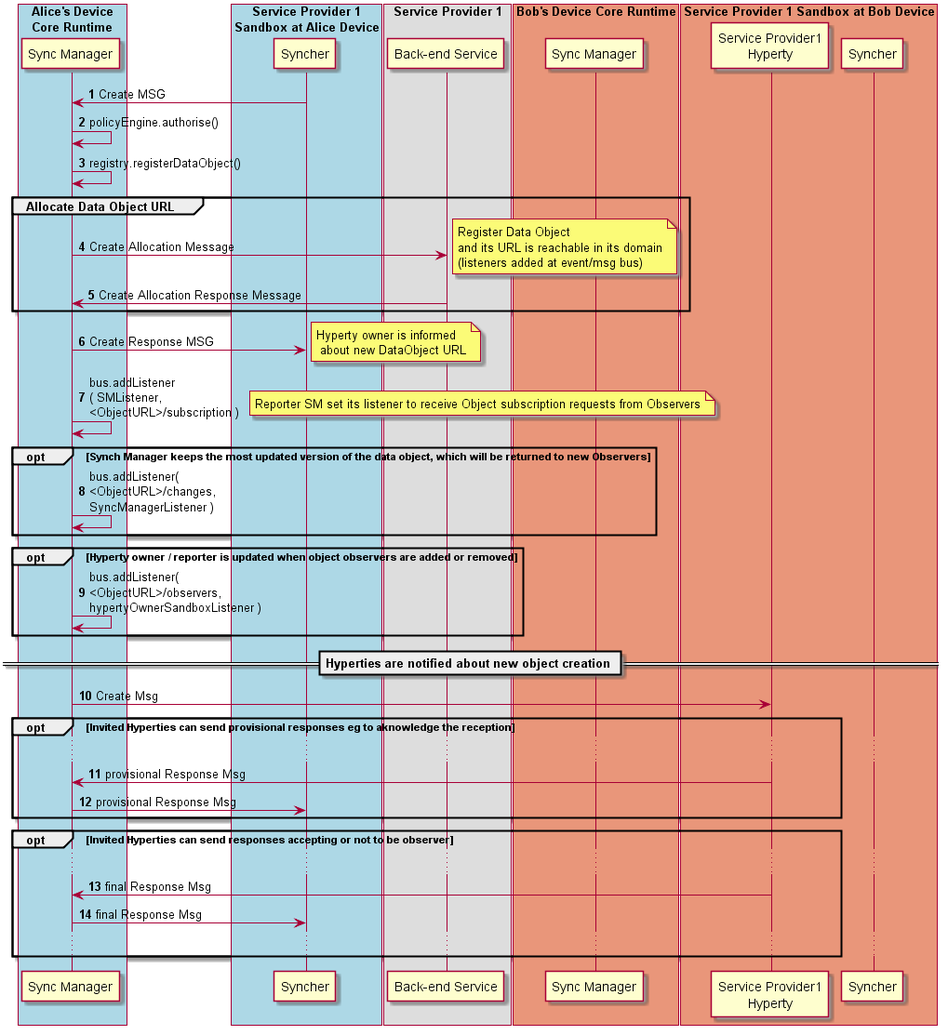
reTHINK-project/dev-service-framework keeps this PlantUML diagram as docs/specs/dynamic-view/data-sync/data-object-create.png. Above is the earlier version. Its source is kept beside it as docs/specs/dynamic-view/data-sync/data-object-create.plantuml.
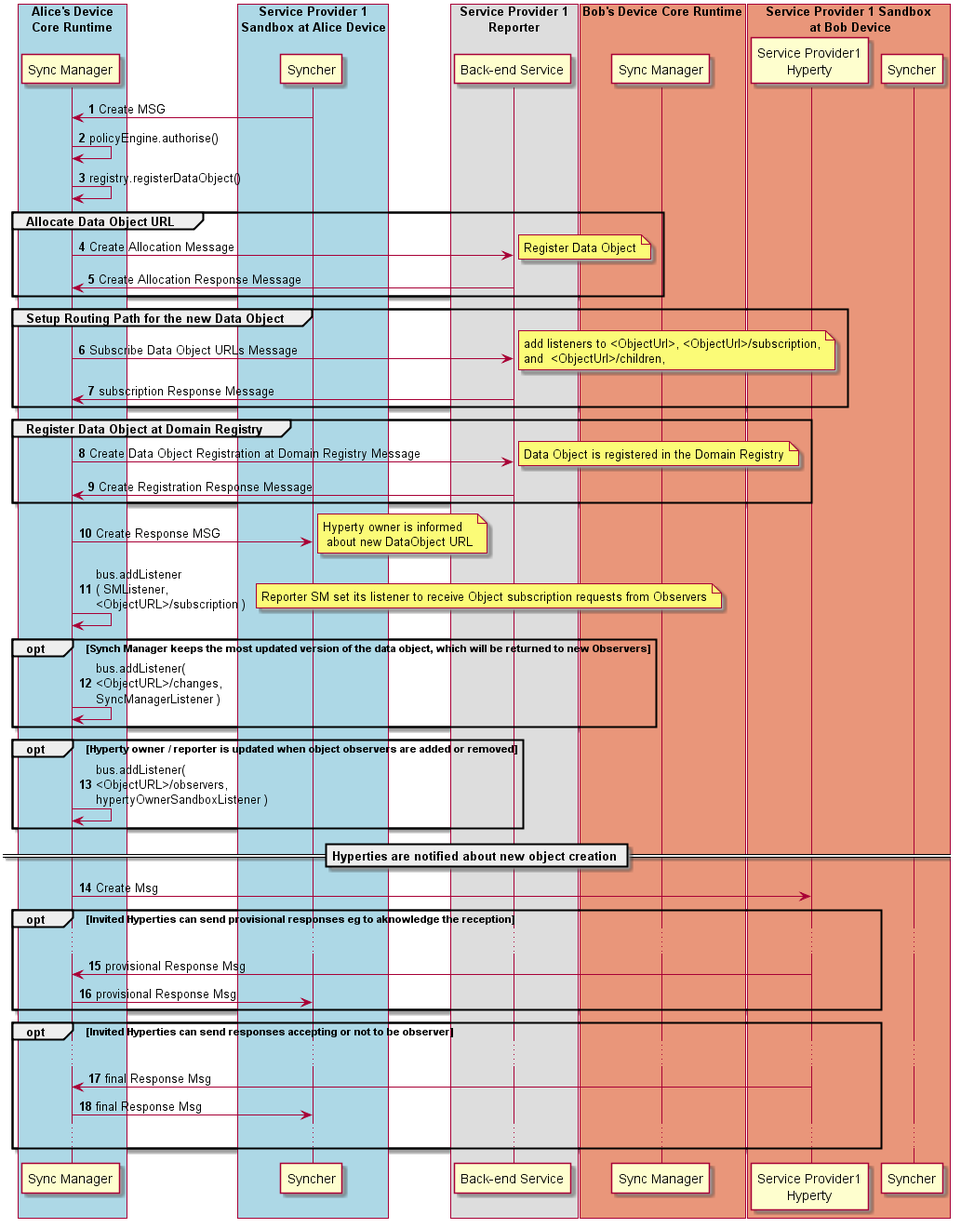
The same diagram one commit later.

Diff of the diagram source:
```diff
@@ -32,14 +32,32 @@
 
   note right
    Register Data Object
- 	 and its URL is reachable in its domain
- 	 (listeners added at event/msg bus)
   end note
 
 
   RunSM@A <- SP1 : Create Allocation Response Message
 end
 
+group Setup Routing Path for the new Data Object
+  RunSM@A -> SP1 : Subscribe Data Object URLs Message
+
+  note right
+    add listeners to <ObjectUrl>, <ObjectUrl>/subscription,
+    and  <ObjectUrl>/children,
+  end note
+
+  RunSM@A <- SP1 : subscription Response Message
+end
+
+group Register Data Object at Domain Registry
+  RunSM@A -> SP1 : Create Data Object Registration at Domain Registry Message
+
+  note right
+    Data Object is registered in the Domain Registry
+  end note
+
+  RunSM@A <- SP1 : Create Registration Response Message
+end
 
 Sync1@A <- RunSM@A : Create Response MSG
 
```
